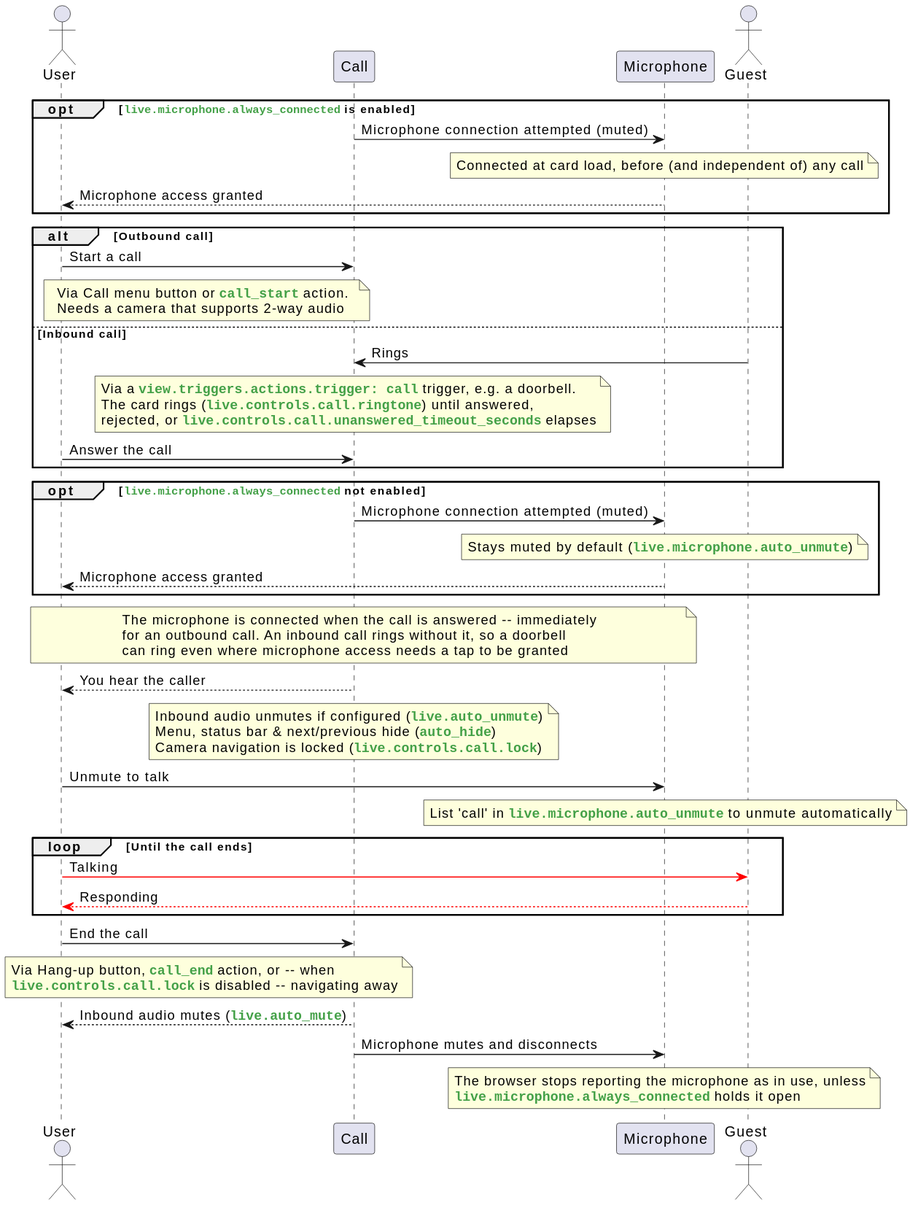
This is docs/images/call-sequence.svg from dermotduffy/advanced-camera-card, a PlantUML export, as it was before one commit.
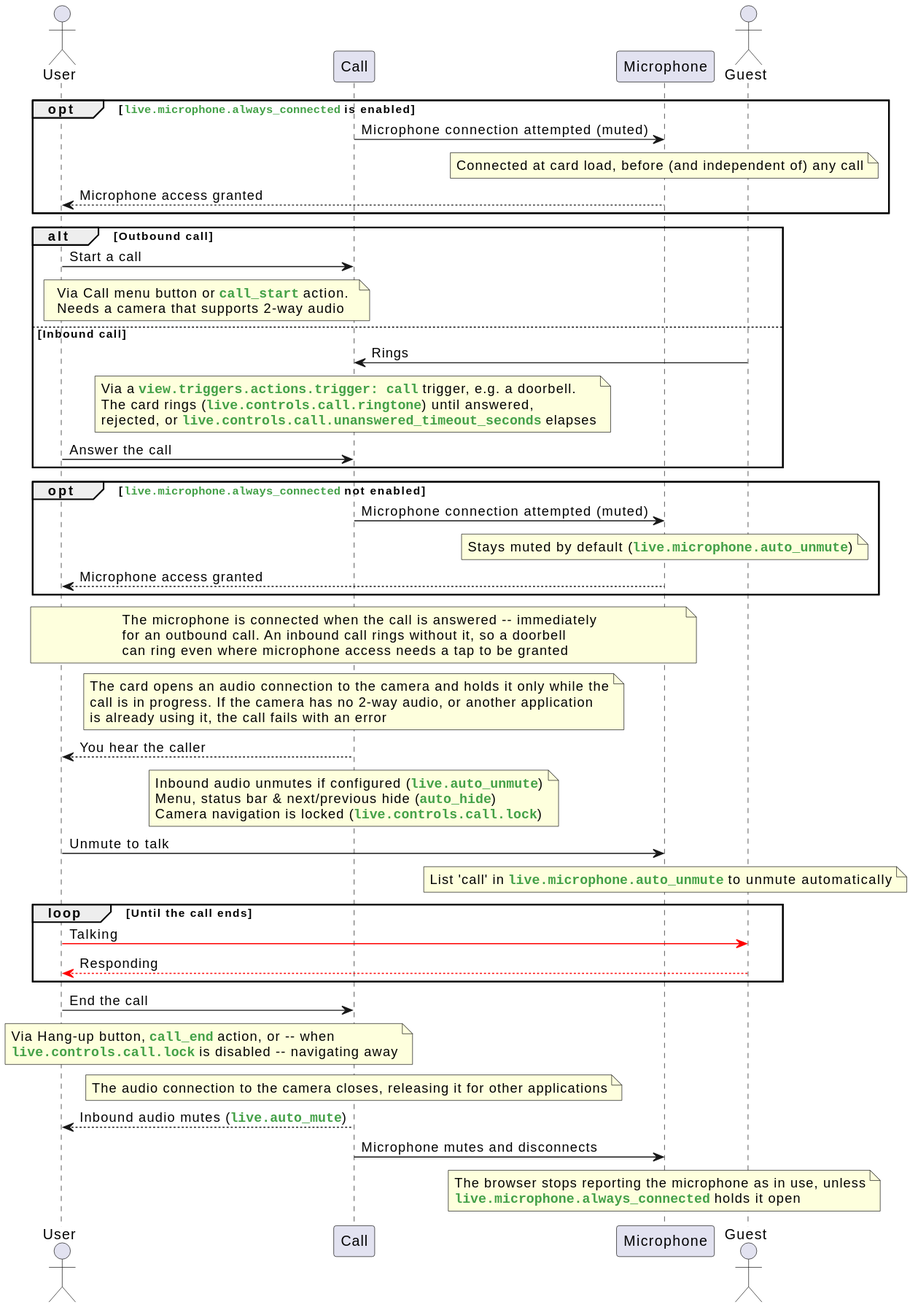
The same file after the commit.

Change to the diagram source:
```diff
@@ -40,6 +40,12 @@
   can ring even where microphone access needs a tap to be granted
 end note
 
+note over Card
+  The card opens an audio connection to the camera and holds it only while the
+  call is in progress. If the camera has no 2-way audio, or another application
+  is already using it, the call fails with an error
+end note
+
 Card --> User : You hear the caller
 note over Card
   Inbound audio unmutes if configured (<color:#43a047>**""live.auto_unmute""**</color>)
@@ -61,6 +67,7 @@
   <color:#43a047>**""live.controls.call.lock""**</color> is disabled -- navigating away
 end note
 
+note over Card : The audio connection to the camera closes, releasing it for other applications
 Card --> User : Inbound audio mutes (<color:#43a047>**""live.auto_mute""**</color>)
 Card -> Mic : Microphone mutes and disconnects
 note over Mic
```
